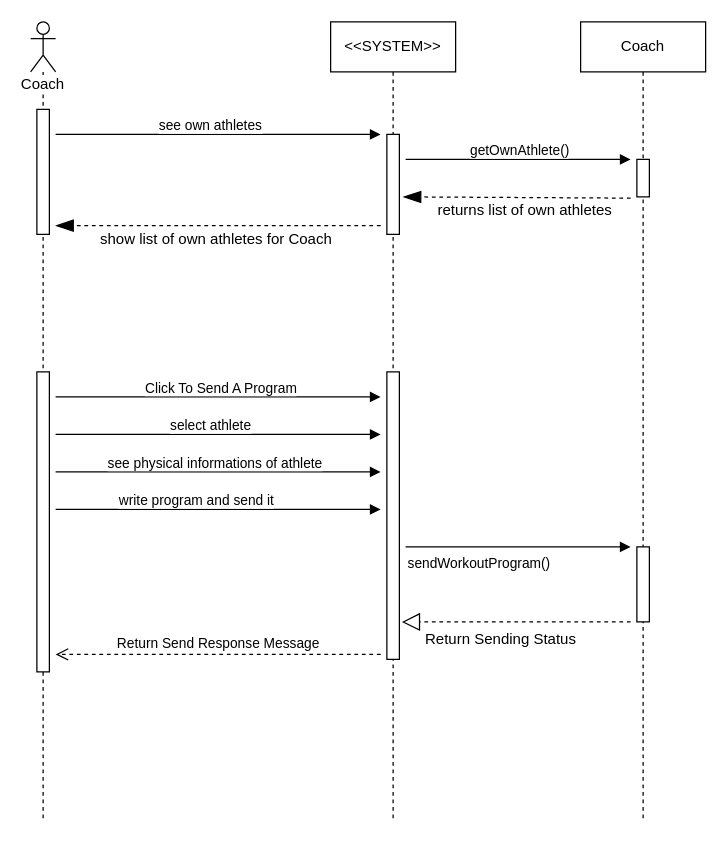
Above: Behavioral Modeling/Sequence Diagram/RequestForProgram_Coach Sequence diagram.drawio in mmohajer9/sama-online-coaching-system (draw.io), before the change. Source tidied: cells renumbered, new cells numbered last; positions are measured from the earlier drawing's top-left corner, leaving out a move shared by most shapes. Both pictures are drawn from the tidied source at 125%, with x=0, y=0 at pixel (30, 21).
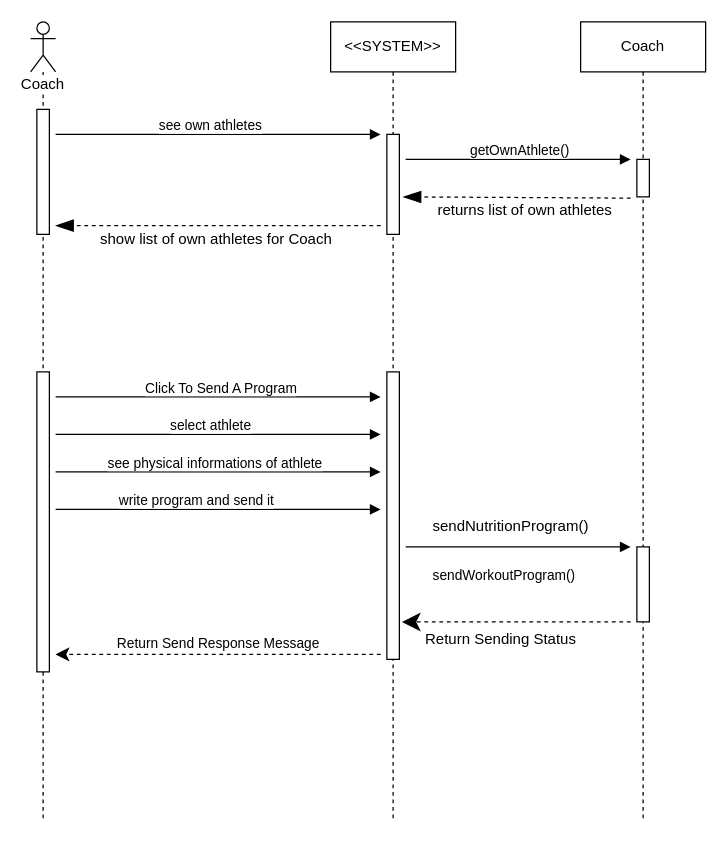
The same page after the edit.

The change refers to these unchanged cells:
```xml
<mxCell id="7" style="html=1;points=[];perimeter=orthogonalPerimeter;" parent="5" vertex="1">
  <mxGeometry x="45" y="280" width="10" height="230" as="geometry" />
</mxCell>
```

Change to the diagram source:
```diff
@@
     <mxCell id="21" value="sendWorkoutProgram()" style="endArrow=block;endFill=1;html=1;edgeStyle=orthogonalEdgeStyle;align=left;verticalAlign=top;" parent="1" edge="1">
-      <mxGeometry x="-1" relative="1" as="geometry">
+      <mxGeometry x="-0.78" y="-10" relative="1" as="geometry">
         <mxPoint x="300" y="420" as="sourcePoint" />
         <mxPoint x="480" y="420" as="targetPoint" />
       </mxGeometry>
     </mxCell>
-    <mxCell id="22" style="endArrow=block;dashed=1;endFill=0;endSize=12;html=1;entryX=1.2;entryY=0.87;entryDx=0;entryDy=0;entryPerimeter=0;" parent="1" edge="1" target="7">
+    <mxCell id="22" style="endArrow=classic;dashed=1;endFill=1;endSize=12;html=1;entryX=1.2;entryY=0.87;entryDx=0;entryDy=0;entryPerimeter=0;" parent="1" edge="1" target="7">
       <mxGeometry relative="1" as="geometry">
         <mxPoint x="480" y="480" as="sourcePoint" />
       </mxGeometry>
     </mxCell>
@@
-    <mxCell id="24" value="Return Send Response Message" style="html=1;verticalAlign=bottom;endArrow=open;dashed=1;endSize=8;" parent="1" edge="1">
+    <mxCell id="24" value="Return Send Response Message" style="html=1;verticalAlign=bottom;endArrow=classic;dashed=1;endSize=8;endFill=1;" parent="1" edge="1">
       <mxGeometry relative="1" as="geometry">
         <mxPoint x="280" y="506" as="sourcePoint" />
         <mxPoint x="20" y="506" as="targetPoint" />
       </mxGeometry>
     </mxCell>
+    <mxCell id="25" value="sendNutritionProgram()" style="text;html=1;" parent="1" vertex="1">
+      <mxGeometry x="320" y="390" width="150" height="30" as="geometry" />
+    </mxCell>
```
